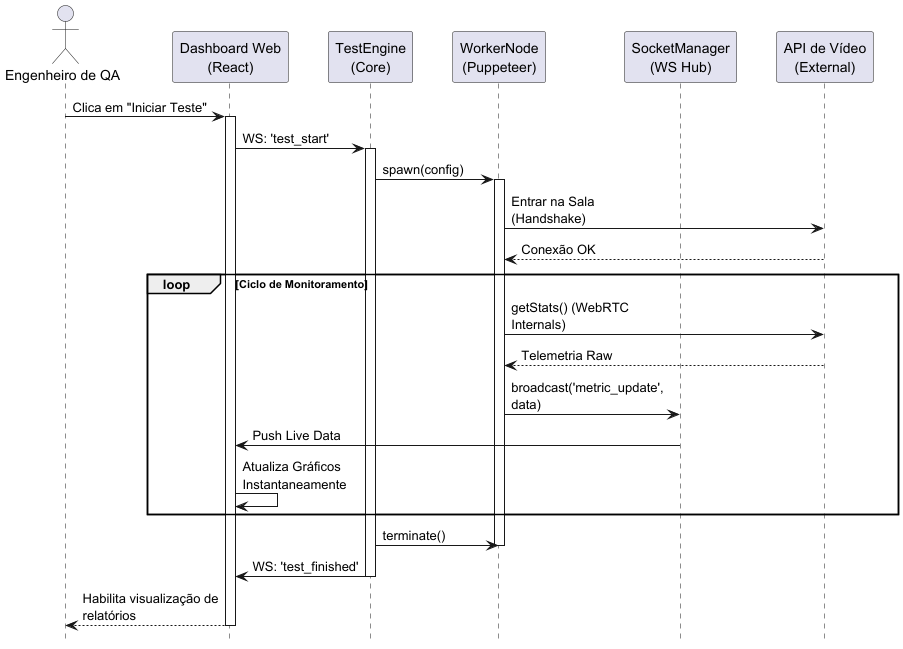
Before: Artefatos/DiagramaDeSequenciaOrquestracaoDeWorkersETelemetria.png, a diagram exported from PlantUML (ICEI-PUC-Minas-PPLES-TI/plf-es-2025-2-tcci-0393100-dev-rafael-parreira).
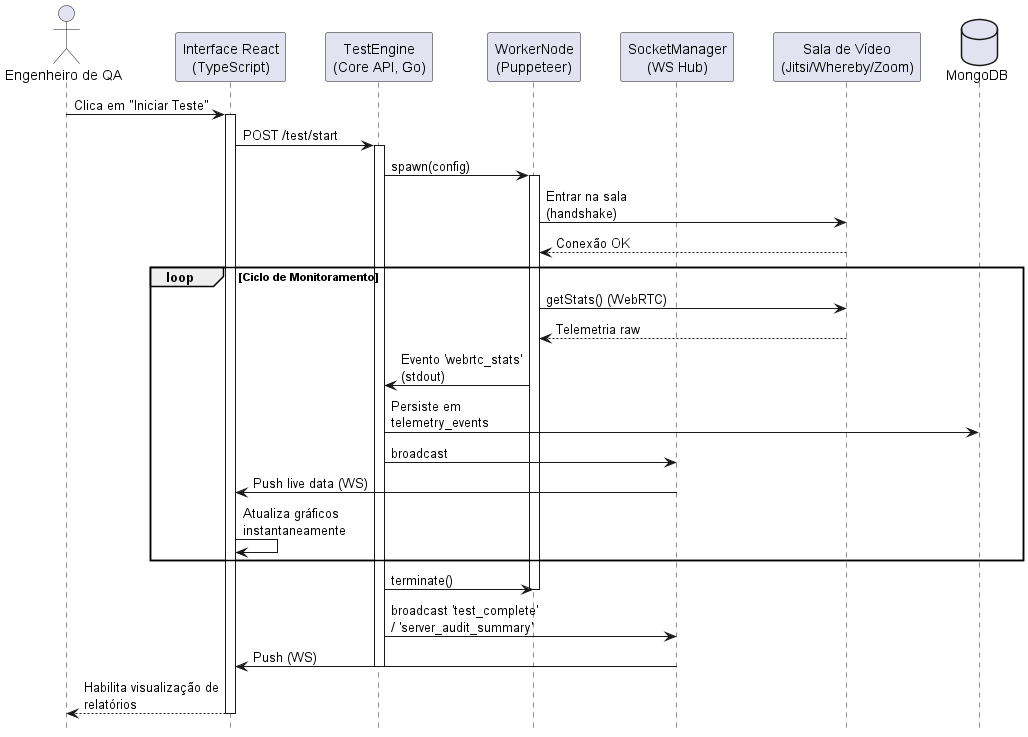
The same file after the commit.

Diff of the diagram source:
```diff
@@ -4,33 +4,37 @@
 skinparam MaxMessageSize 150
 
 actor "Engenheiro de QA" as QA
-participant "Dashboard Web\n(React)" as Web
-participant "TestEngine\n(Core)" as Core
+participant "Interface React\n(TypeScript)" as Web
+participant "TestEngine\n(Core API, Go)" as Core
 participant "WorkerNode\n(Puppeteer)" as Worker
 participant "SocketManager\n(WS Hub)" as Socket
-participant "API de Vídeo\n(External)" as Ext
+participant "Sala de Vídeo\n(Jitsi/Whereby/Zoom)" as Ext
+database "MongoDB" as DB
 
 QA -> Web: Clica em "Iniciar Teste"
 activate Web
-Web -> Core: WS: 'test_start'
+Web -> Core: POST /test/start
 activate Core
 
 Core -> Worker: spawn(config)
 activate Worker
-Worker -> Ext: Entrar na Sala (Handshake)
+Worker -> Ext: Entrar na sala (handshake)
 Ext --> Worker: Conexão OK
 
 loop Ciclo de Monitoramento
-    Worker -> Ext: getStats() (WebRTC Internals)
-    Ext --> Worker: Telemetria Raw
-    Worker -> Socket: broadcast('metric_update', data)
-    Socket -> Web: Push Live Data
-    Web -> Web: Atualiza Gráficos Instantaneamente
+    Worker -> Ext: getStats() (WebRTC)
+    Ext --> Worker: Telemetria raw
+    Worker -> Core: Evento 'webrtc_stats' (stdout)
+    Core -> DB: Persiste em telemetry_events
+    Core -> Socket: broadcast
+    Socket -> Web: Push live data (WS)
+    Web -> Web: Atualiza gráficos instantaneamente
 end
 
 Core -> Worker: terminate()
 deactivate Worker
-Core -> Web: WS: 'test_finished'
+Core -> Socket: broadcast 'test_complete' / 'server_audit_summary'
+Socket -> Web: Push (WS)
 deactivate Core
 Web --> QA: Habilita visualização de relatórios
 deactivate Web
```
